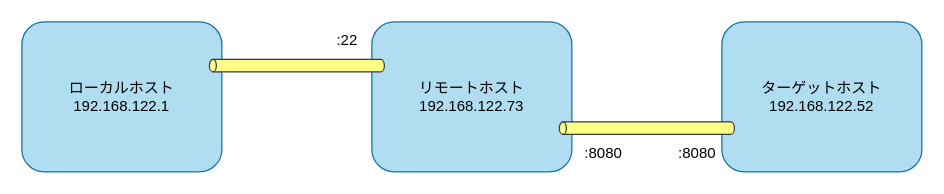
9506hqwy/bash_study_notes keeps this draw.io diagram as _static/image/ssh_portforwarding_remote.drawio. Above is the earlier version. Source tidied: cells renumbered, new cells numbered last; positions are measured from the earlier drawing's top-left corner, leaving out a move shared by most shapes. Both pictures are drawn from the tidied source at 125%, with x=0, y=0 at pixel (21, 21).
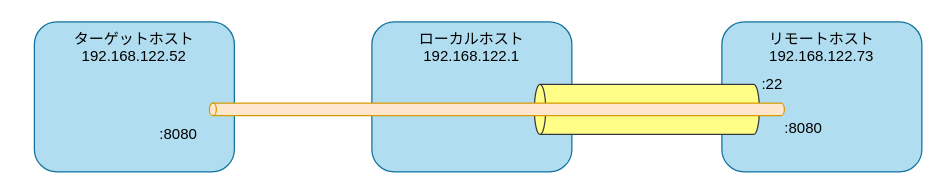
Above is the later version.

The edit, as a diff of the source:
```diff
@@
 <mxGraphModel>
   <root>
     <mxCell id="0" />
     <mxCell id="1" parent="0" />
-    <mxCell id="2" value="&lt;div&gt;ローカルホスト&lt;/div&gt;&lt;div&gt;192.168.122.1&lt;/div&gt;" style="rounded=1;whiteSpace=wrap;html=1;fillColor=#b1ddf0;strokeColor=#10739e;" parent="1" vertex="1">
-      <mxGeometry width="160" height="120" as="geometry" />
+    <mxCell id="2" value="&lt;div&gt;ローカルホスト&lt;/div&gt;&lt;div&gt;192.168.122.1&lt;/div&gt;" style="rounded=1;whiteSpace=wrap;html=1;fillColor=#b1ddf0;strokeColor=#10739e;verticalAlign=top;" parent="1" vertex="1">
+      <mxGeometry x="280" width="160" height="120" as="geometry" />
     </mxCell>
-    <mxCell id="3" value="&lt;div&gt;リモートホスト&lt;/div&gt;&lt;div&gt;192.168.122.73&lt;/div&gt;" style="rounded=1;whiteSpace=wrap;html=1;fillColor=#b1ddf0;strokeColor=#10739e;" parent="1" vertex="1">
-      <mxGeometry x="280" width="160" height="120" as="geometry" />
+    <mxCell id="3" value="&lt;div&gt;リモートホスト&lt;/div&gt;&lt;div&gt;192.168.122.73&lt;/div&gt;" style="rounded=1;whiteSpace=wrap;html=1;fillColor=#b1ddf0;strokeColor=#10739e;verticalAlign=top;" parent="1" vertex="1">
+      <mxGeometry x="560" width="160" height="120" as="geometry" />
     </mxCell>
-    <mxCell id="4" value="&lt;div&gt;ターゲットホスト&lt;/div&gt;&lt;div&gt;192.168.122.52&lt;/div&gt;" style="rounded=1;whiteSpace=wrap;html=1;fillColor=#b1ddf0;strokeColor=#10739e;" parent="1" vertex="1">
-      <mxGeometry x="560" width="160" height="120" as="geometry" />
+    <mxCell id="4" value="&lt;div&gt;ターゲットホスト&lt;/div&gt;&lt;div&gt;192.168.122.52&lt;/div&gt;" style="rounded=1;whiteSpace=wrap;html=1;fillColor=#b1ddf0;strokeColor=#10739e;verticalAlign=top;" parent="1" vertex="1">
+      <mxGeometry x="10" width="160" height="120" as="geometry" />
     </mxCell>
-    <mxCell id="5" style="shape=cylinder3;whiteSpace=wrap;html=1;boundedLbl=1;backgroundOutline=1;size=2.7931034482759856;direction=north;fillColor=#ffff88;strokeColor=#36393d;" parent="1" vertex="1">
-      <mxGeometry x="150" y="30" width="140" height="10" as="geometry" />
+    <mxCell id="5" style="shape=cylinder3;whiteSpace=wrap;html=1;boundedLbl=1;backgroundOutline=1;size=4.517241379310406;direction=north;fillColor=#ffff88;strokeColor=#36393d;" parent="1" vertex="1">
+      <mxGeometry x="410" y="50" width="180" height="40" as="geometry" />
     </mxCell>
-    <mxCell id="6" style="shape=cylinder3;whiteSpace=wrap;html=1;boundedLbl=1;backgroundOutline=1;size=2.7931034482759856;direction=north;fillColor=#ffff88;strokeColor=#36393d;" parent="1" vertex="1">
-      <mxGeometry x="430" y="80" width="140" height="10" as="geometry" />
+    <mxCell id="6" style="shape=cylinder3;whiteSpace=wrap;html=1;boundedLbl=1;backgroundOutline=1;size=2.7931034482759856;direction=north;fillColor=#ffe6cc;strokeColor=#d79b00;" parent="1" vertex="1">
+      <mxGeometry x="150" y="65" width="460" height="10" as="geometry" />
     </mxCell>
     <mxCell id="7" value=":22" style="text;html=1;align=center;verticalAlign=middle;strokeColor=none;fillColor=none;" parent="1" vertex="1">
-      <mxGeometry x="240" width="40" height="30" as="geometry" />
+      <mxGeometry x="580" y="35" width="40" height="30" as="geometry" />
     </mxCell>
     <mxCell id="8" value=":8080" style="text;html=1;align=center;verticalAlign=middle;strokeColor=none;fillColor=none;" parent="1" vertex="1">
-      <mxGeometry x="440" y="90" width="50" height="30" as="geometry" />
+      <mxGeometry x="100" y="75" width="50" height="30" as="geometry" />
     </mxCell>
     <mxCell id="9" value="&lt;div&gt;:8080&lt;/div&gt;" style="text;html=1;align=center;verticalAlign=middle;strokeColor=none;fillColor=none;" parent="1" vertex="1">
-      <mxGeometry x="515" y="90" width="50" height="30" as="geometry" />
+      <mxGeometry x="600" y="70" width="50" height="30" as="geometry" />
     </mxCell>
   </root>
 </mxGraphModel>
```
